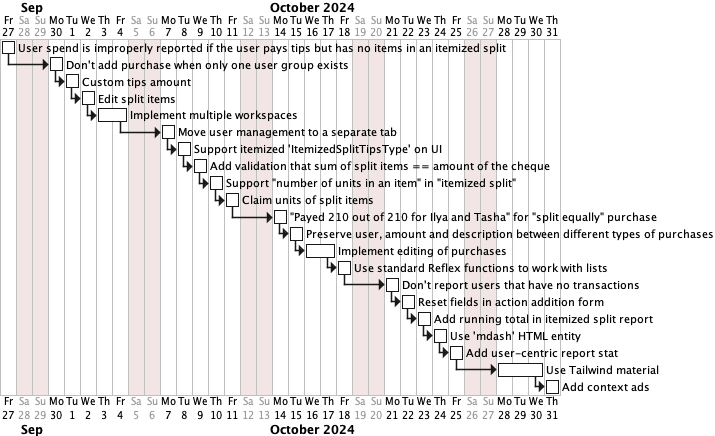
The PlantUML diagram plan_after_release.png in tellary/split, before a commit.
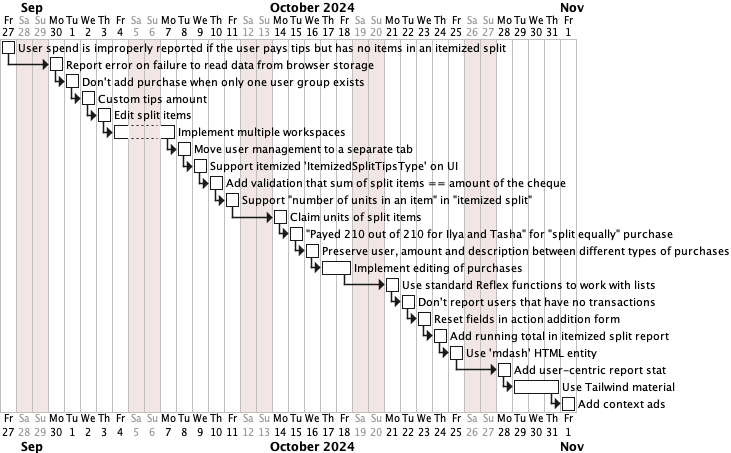
Above is the later version.

Change to the diagram source:
```diff
@@ -5,6 +5,7 @@
 sunday are closed
 
 [User spend is improperly reported if the user pays tips but has no items in an itemized split] is 0% completed
+then [Report error on failure to read data from browser storage] is 0% completed
 then [Don't add purchase when only one user group exists] is 0% completed
 then [Custom tips amount] is 0% completed
 then [Edit split items] is 0% completed
```
